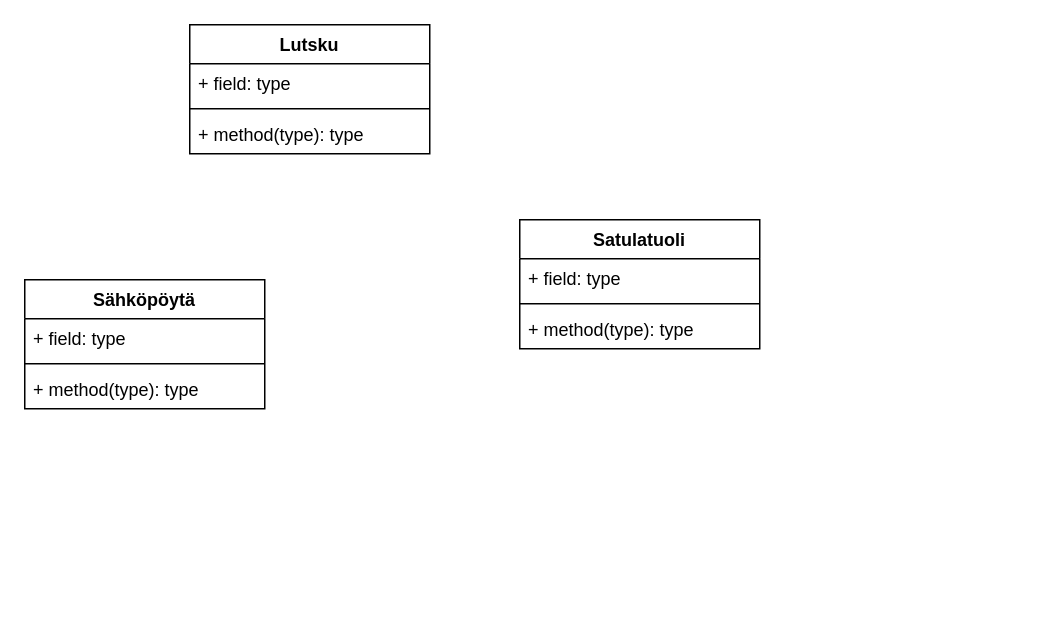
This is Lutsku_sofa.drawio from DeveloperLauri/UML-charts-draw.io, a draw.io file, before an edit. Source tidied: cells renumbered, new cells numbered last; positions are measured from the earlier drawing's top-left corner, leaving out a move shared by most shapes. Both pictures are drawn from the tidied source at 150%, with x=0, y=0 at pixel (24, 24).
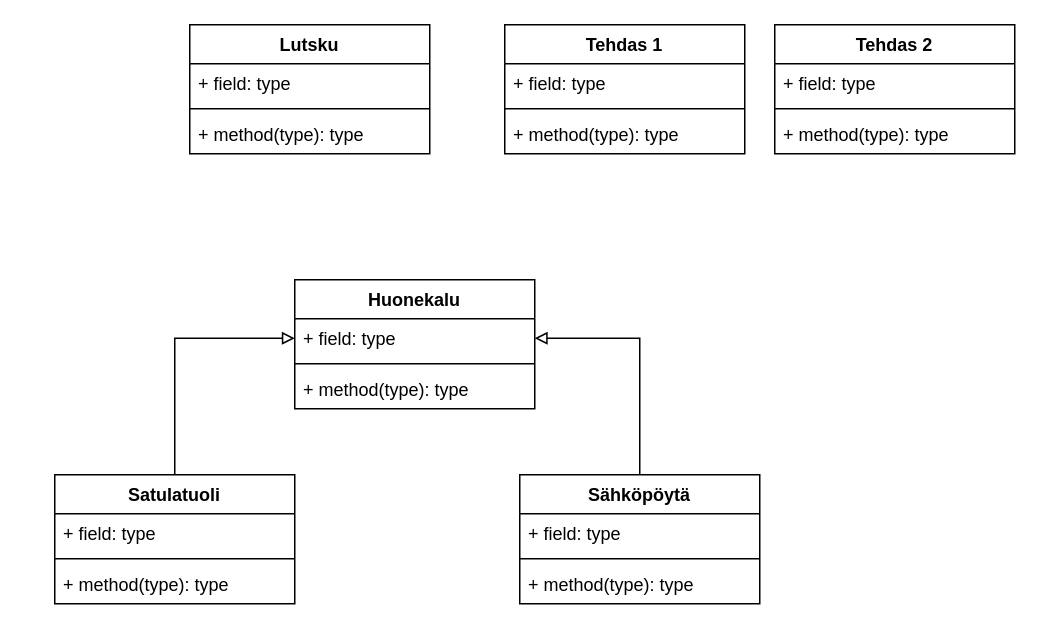
The same diagram, later.

Change to the diagram source:
```diff
@@
+    <mxCell id="14" style="edgeStyle=orthogonalEdgeStyle;rounded=0;jettySize=auto;html=1;exitX=0.5;exitY=0;exitDx=0;exitDy=0;entryX=0;entryY=0.5;entryDx=0;entryDy=0;endArrow=block;endFill=0;" parent="1" edge="1" source="6" target="25">
+      <mxGeometry relative="1" as="geometry" />
+    </mxCell>
     <mxCell id="6" value="Satulatuoli" style="swimlane;fontStyle=1;align=center;verticalAlign=top;horizontal=1;startSize=26;" parent="1" vertex="1">
-      <mxGeometry x="330" y="130" width="160" height="86" as="geometry" />
+      <mxGeometry x="20" y="300" width="160" height="86" as="geometry" />
     </mxCell>
@@
+    <mxCell id="15" style="edgeStyle=orthogonalEdgeStyle;rounded=0;jettySize=auto;html=1;entryX=1;entryY=0.5;entryDx=0;entryDy=0;endArrow=block;endFill=0;" parent="1" edge="1" source="10" target="25">
+      <mxGeometry relative="1" as="geometry" />
+    </mxCell>
     <mxCell id="10" value="Sähköpöytä" style="swimlane;fontStyle=1;align=center;verticalAlign=top;horizontal=1;startSize=26;" parent="1" vertex="1">
-      <mxGeometry y="170" width="160" height="86" as="geometry" />
+      <mxGeometry x="330" y="300" width="160" height="86" as="geometry" />
     </mxCell>
@@
+    <mxCell id="16" value="Tehdas 1" style="swimlane;fontStyle=1;align=center;verticalAlign=top;horizontal=1;startSize=26;" parent="1" vertex="1">
+      <mxGeometry x="320" width="160" height="86" as="geometry" />
+    </mxCell>
+    <mxCell id="17" value="+ field: type" style="text;strokeColor=none;fillColor=none;align=left;verticalAlign=top;spacingLeft=4;spacingRight=4;overflow=hidden;" parent="16" vertex="1">
+      <mxGeometry y="26" width="160" height="26" as="geometry" />
+    </mxCell>
+    <mxCell id="18" style="line;strokeWidth=1;fillColor=none;align=left;verticalAlign=middle;spacingTop=-1;spacingLeft=3;spacingRight=3;labelPosition=right;" parent="16" vertex="1">
+      <mxGeometry y="52" width="160" height="8" as="geometry" />
+    </mxCell>
+    <mxCell id="19" value="+ method(type): type" style="text;strokeColor=none;fillColor=none;align=left;verticalAlign=top;spacingLeft=4;spacingRight=4;overflow=hidden;" parent="16" vertex="1">
+      <mxGeometry y="60" width="160" height="26" as="geometry" />
+    </mxCell>
+    <mxCell id="20" value="Tehdas 2" style="swimlane;fontStyle=1;align=center;verticalAlign=top;horizontal=1;startSize=26;" parent="1" vertex="1">
+      <mxGeometry x="500" width="160" height="86" as="geometry" />
+    </mxCell>
+    <mxCell id="21" value="+ field: type" style="text;strokeColor=none;fillColor=none;align=left;verticalAlign=top;spacingLeft=4;spacingRight=4;overflow=hidden;" parent="20" vertex="1">
+      <mxGeometry y="26" width="160" height="26" as="geometry" />
+    </mxCell>
+    <mxCell id="22" style="line;strokeWidth=1;fillColor=none;align=left;verticalAlign=middle;spacingTop=-1;spacingLeft=3;spacingRight=3;labelPosition=right;" parent="20" vertex="1">
+      <mxGeometry y="52" width="160" height="8" as="geometry" />
+    </mxCell>
+    <mxCell id="23" value="+ method(type): type" style="text;strokeColor=none;fillColor=none;align=left;verticalAlign=top;spacingLeft=4;spacingRight=4;overflow=hidden;" parent="20" vertex="1">
+      <mxGeometry y="60" width="160" height="26" as="geometry" />
+    </mxCell>
+    <mxCell id="24" value="Huonekalu" style="swimlane;fontStyle=1;align=center;verticalAlign=top;horizontal=1;startSize=26;" parent="1" vertex="1">
+      <mxGeometry x="180" y="170" width="160" height="86" as="geometry" />
+    </mxCell>
+    <mxCell id="25" value="+ field: type" style="text;strokeColor=none;fillColor=none;align=left;verticalAlign=top;spacingLeft=4;spacingRight=4;overflow=hidden;points=[[0,0.5],[1,0.5]];portConstraint=eastwest;" parent="24" vertex="1">
+      <mxGeometry y="26" width="160" height="26" as="geometry" />
+    </mxCell>
+    <mxCell id="26" style="line;strokeWidth=1;fillColor=none;align=left;verticalAlign=middle;spacingTop=-1;spacingLeft=3;spacingRight=3;labelPosition=right;" parent="24" vertex="1">
+      <mxGeometry y="52" width="160" height="8" as="geometry" />
+    </mxCell>
+    <mxCell id="27" value="+ method(type): type" style="text;strokeColor=none;fillColor=none;align=left;verticalAlign=top;spacingLeft=4;spacingRight=4;overflow=hidden;" parent="24" vertex="1">
+      <mxGeometry y="60" width="160" height="26" as="geometry" />
+    </mxCell>
```
